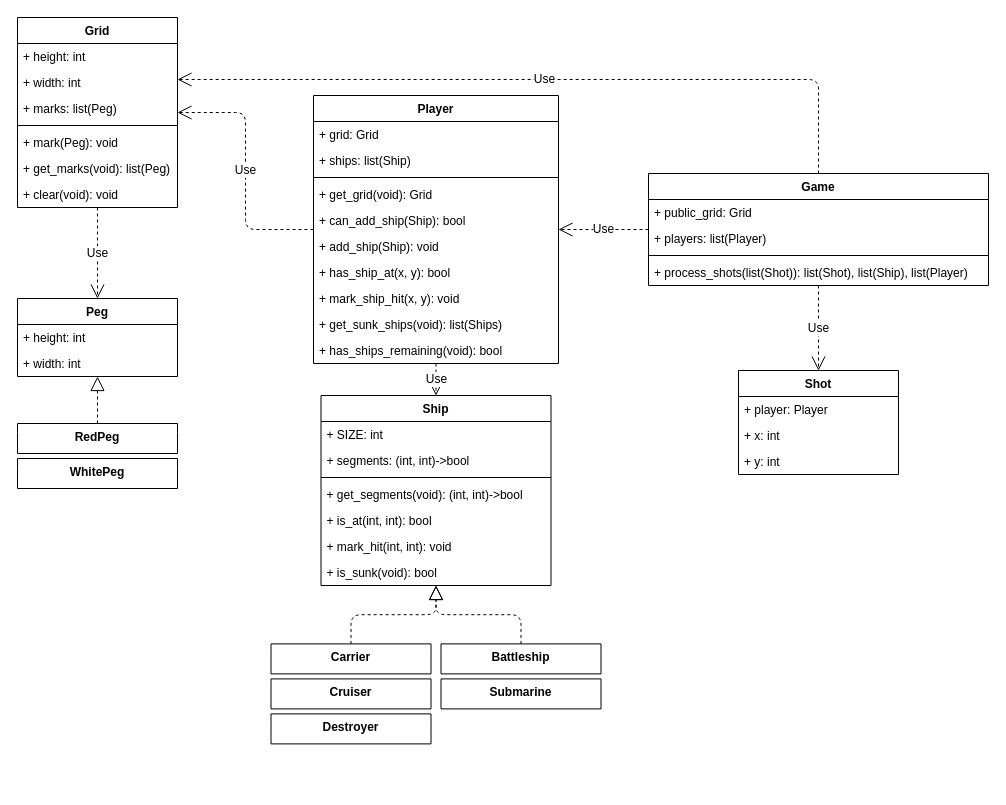
colorfuldisaster/battleship keeps this draw.io diagram as battleship.drawio. Above is the earlier version. Source tidied: cells renumbered, new cells numbered last; positions are measured from the earlier drawing's top-left corner, leaving out a move shared by most shapes. Both pictures are drawn from the tidied source at 100%, with x=0, y=0 at pixel (17, 17).
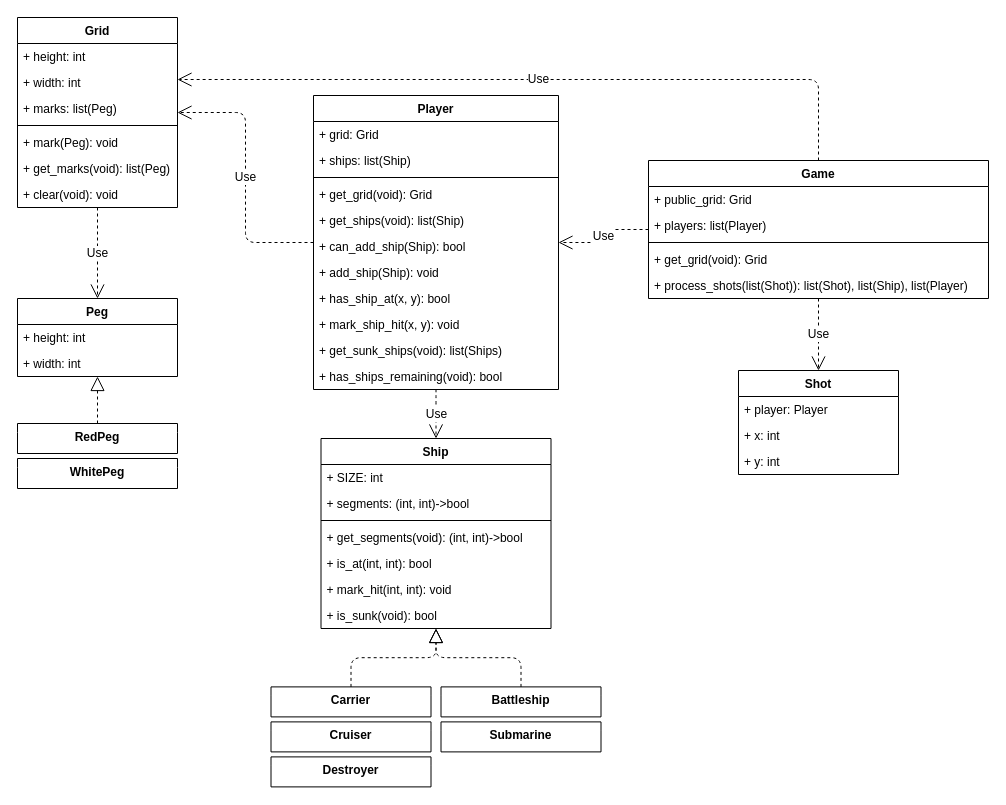
After the change.

The edit, as a diff of the source:
```diff
@@
     <mxCell id="12" value="Cruiser" style="swimlane;fontStyle=1;align=center;verticalAlign=top;horizontal=1;startSize=9;swimlaneLine=0;" parent="1" vertex="1">
-      <mxGeometry x="253.5" y="661.4" width="160" height="30" as="geometry" />
+      <mxGeometry x="253.5" y="704.4" width="160" height="30" as="geometry" />
     </mxCell>
     <mxCell id="13" value="Submarine" style="swimlane;fontStyle=1;align=center;verticalAlign=top;horizontal=1;startSize=9;swimlaneLine=0;" parent="1" vertex="1">
-      <mxGeometry x="423.5" y="661.4" width="160" height="30" as="geometry" />
+      <mxGeometry x="423.5" y="704.4" width="160" height="30" as="geometry" />
     </mxCell>
     <mxCell id="14" value="Destroyer" style="swimlane;fontStyle=1;align=center;verticalAlign=top;horizontal=1;startSize=9;swimlaneLine=0;" parent="1" vertex="1">
-      <mxGeometry x="253.5" y="696.4" width="160" height="30" as="geometry" />
+      <mxGeometry x="253.5" y="739.4" width="160" height="30" as="geometry" />
     </mxCell>
@@
     <mxCell id="16" value="Carrier" style="swimlane;fontStyle=1;align=center;verticalAlign=top;horizontal=1;startSize=9;swimlaneLine=0;" parent="1" vertex="1">
-      <mxGeometry x="253.5" y="626.4" width="160" height="30" as="geometry" />
+      <mxGeometry x="253.5" y="669.4" width="160" height="30" as="geometry" />
     </mxCell>
     <mxCell id="17" value="Battleship" style="swimlane;fontStyle=1;align=center;verticalAlign=top;horizontal=1;startSize=9;swimlaneLine=0;" parent="1" vertex="1">
-      <mxGeometry x="423.5" y="626.4" width="160" height="30" as="geometry" />
+      <mxGeometry x="423.5" y="669.4" width="160" height="30" as="geometry" />
     </mxCell>
@@
     <mxCell id="20" value="Player" style="swimlane;fontStyle=1;align=center;verticalAlign=top;horizontal=1;startSize=26;fontSize=12;" parent="1" vertex="1">
-      <mxGeometry x="296" y="78" width="245" height="268" as="geometry" />
+      <mxGeometry x="296" y="78" width="245" height="294" as="geometry" />
     </mxCell>
@@
+    <mxCell id="57" value="+ get_ships(void): list(Ship)" style="text;strokeColor=none;fillColor=none;align=left;verticalAlign=top;spacingLeft=4;spacingRight=4;overflow=hidden;" parent="20" vertex="1">
+      <mxGeometry y="112" width="245" height="26" as="geometry" />
+    </mxCell>
     <mxCell id="25" value="+ can_add_ship(Ship): bool" style="text;strokeColor=none;fillColor=none;align=left;verticalAlign=top;spacingLeft=4;spacingRight=4;overflow=hidden;" parent="20" vertex="1">
-      <mxGeometry y="112" width="245" height="26" as="geometry" />
+      <mxGeometry y="138" width="245" height="26" as="geometry" />
     </mxCell>
     <mxCell id="26" value="+ add_ship(Ship): void" style="text;strokeColor=none;fillColor=none;align=left;verticalAlign=top;spacingLeft=4;spacingRight=4;overflow=hidden;" parent="20" vertex="1">
-      <mxGeometry y="138" width="245" height="26" as="geometry" />
+      <mxGeometry y="164" width="245" height="26" as="geometry" />
     </mxCell>
     <mxCell id="27" value="+ has_ship_at(x, y): bool" style="text;strokeColor=none;fillColor=none;align=left;verticalAlign=top;spacingLeft=4;spacingRight=4;overflow=hidden;" parent="20" vertex="1">
-      <mxGeometry y="164" width="245" height="26" as="geometry" />
+      <mxGeometry y="190" width="245" height="26" as="geometry" />
     </mxCell>
     <mxCell id="28" value="+ mark_ship_hit(x, y): void" style="text;strokeColor=none;fillColor=none;align=left;verticalAlign=top;spacingLeft=4;spacingRight=4;overflow=hidden;" parent="20" vertex="1">
-      <mxGeometry y="190" width="245" height="26" as="geometry" />
+      <mxGeometry y="216" width="245" height="26" as="geometry" />
     </mxCell>
     <mxCell id="29" value="+ get_sunk_ships(void): list(Ships)" style="text;strokeColor=none;fillColor=none;align=left;verticalAlign=top;spacingLeft=4;spacingRight=4;overflow=hidden;" parent="20" vertex="1">
-      <mxGeometry y="216" width="245" height="26" as="geometry" />
+      <mxGeometry y="242" width="245" height="26" as="geometry" />
     </mxCell>
     <mxCell id="30" value="+ has_ships_remaining(void): bool" style="text;strokeColor=none;fillColor=none;align=left;verticalAlign=top;spacingLeft=4;spacingRight=4;overflow=hidden;" parent="20" vertex="1">
-      <mxGeometry y="242" width="245" height="26" as="geometry" />
+      <mxGeometry y="268" width="245" height="26" as="geometry" />
     </mxCell>
@@
     <mxCell id="34" value="Game" style="swimlane;fontStyle=1;align=center;verticalAlign=top;horizontal=1;startSize=26;fontSize=12;" parent="1" vertex="1">
-      <mxGeometry x="631" y="156" width="340" height="112" as="geometry" />
+      <mxGeometry x="631" y="143" width="340" height="138" as="geometry" />
     </mxCell>
@@
-    <mxCell id="38" value="+ process_shots(list(Shot)): list(Shot), list(Ship), list(Player)" style="text;strokeColor=none;fillColor=none;align=left;verticalAlign=top;spacingLeft=4;spacingRight=4;overflow=hidden;" parent="34" vertex="1">
+    <mxCell id="38" value="+ get_grid(void): Grid" style="text;strokeColor=none;fillColor=none;align=left;verticalAlign=top;spacingLeft=4;spacingRight=4;overflow=hidden;" parent="34" vertex="1">
       <mxGeometry y="86" width="340" height="26" as="geometry" />
     </mxCell>
+    <mxCell id="58" value="+ process_shots(list(Shot)): list(Shot), list(Ship), list(Player)" style="text;strokeColor=none;fillColor=none;align=left;verticalAlign=top;spacingLeft=4;spacingRight=4;overflow=hidden;" parent="34" vertex="1">
+      <mxGeometry y="112" width="340" height="26" as="geometry" />
+    </mxCell>
@@
     <mxCell id="41" value="Ship" style="swimlane;fontStyle=1;align=center;verticalAlign=top;horizontal=1;startSize=26;rounded=0;shadow=0;glass=0;comic=0;strokeColor=#000000;fontSize=12;" parent="1" vertex="1">
-      <mxGeometry x="303.5" y="378" width="230" height="190" as="geometry" />
+      <mxGeometry x="303.5" y="421" width="230" height="190" as="geometry" />
     </mxCell>
```
